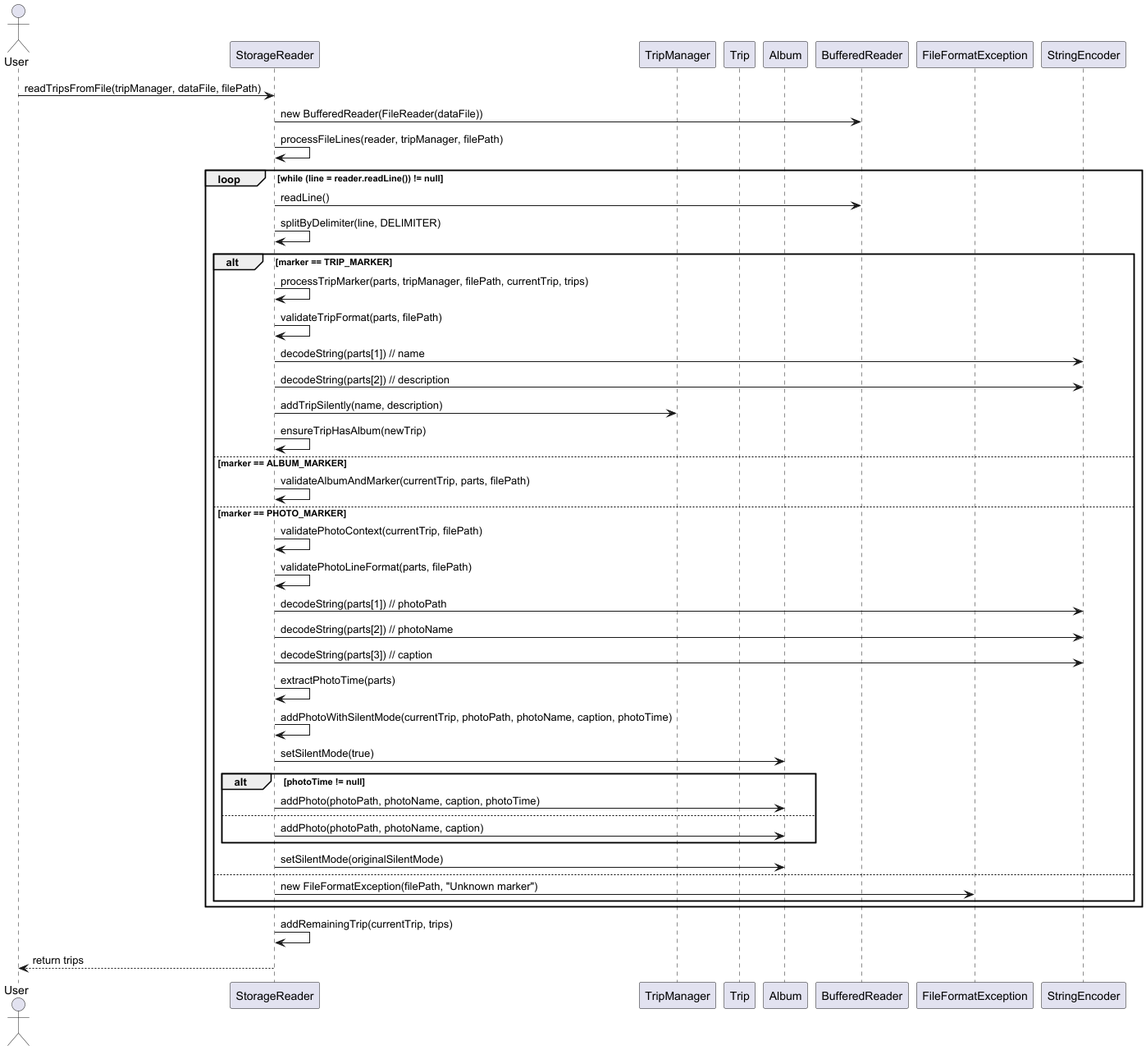
Earlier version of the PlantUML export docs/puml_pics/StorageReader.png (ojassurana/tp).
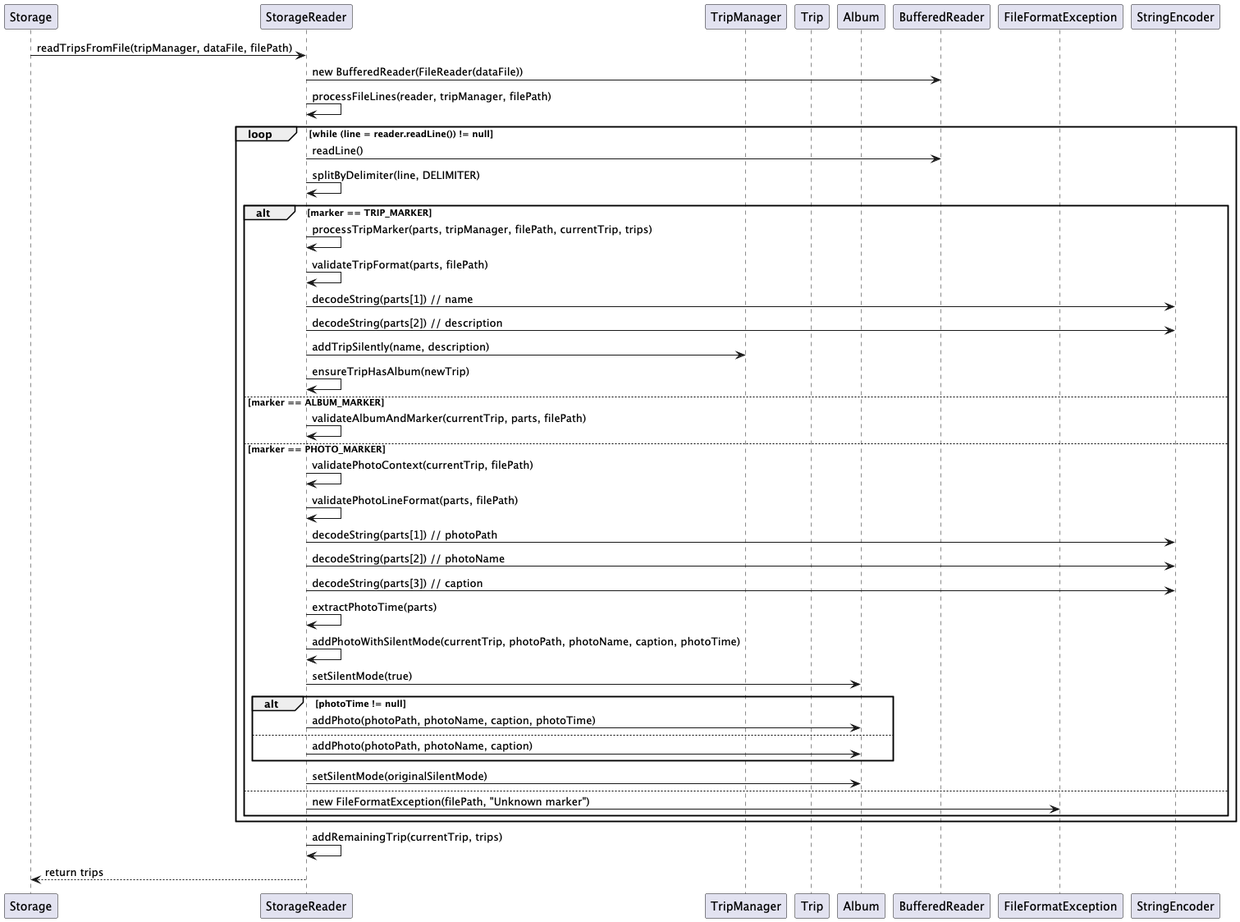
Later version of the same file.

The edit, as a diff of the source:
```diff
@@ -1,5 +1,5 @@
 @startuml
-actor User
+participant Storage
 participant StorageReader
 participant TripManager
 participant Trip
@@ -8,7 +8,7 @@
 participant FileFormatException
 participant StringEncoder
 
-User -> StorageReader: readTripsFromFile(tripManager, dataFile, filePath)
+Storage -> StorageReader: readTripsFromFile(tripManager, dataFile, filePath)
 StorageReader -> BufferedReader: new BufferedReader(FileReader(dataFile))
 StorageReader -> StorageReader: processFileLines(reader, tripManager, filePath)
 
@@ -49,6 +49,6 @@
 end
 
 StorageReader -> StorageReader: addRemainingTrip(currentTrip, trips)
-StorageReader --> User: return trips
+StorageReader --> Storage: return trips
 
 @enduml
```
